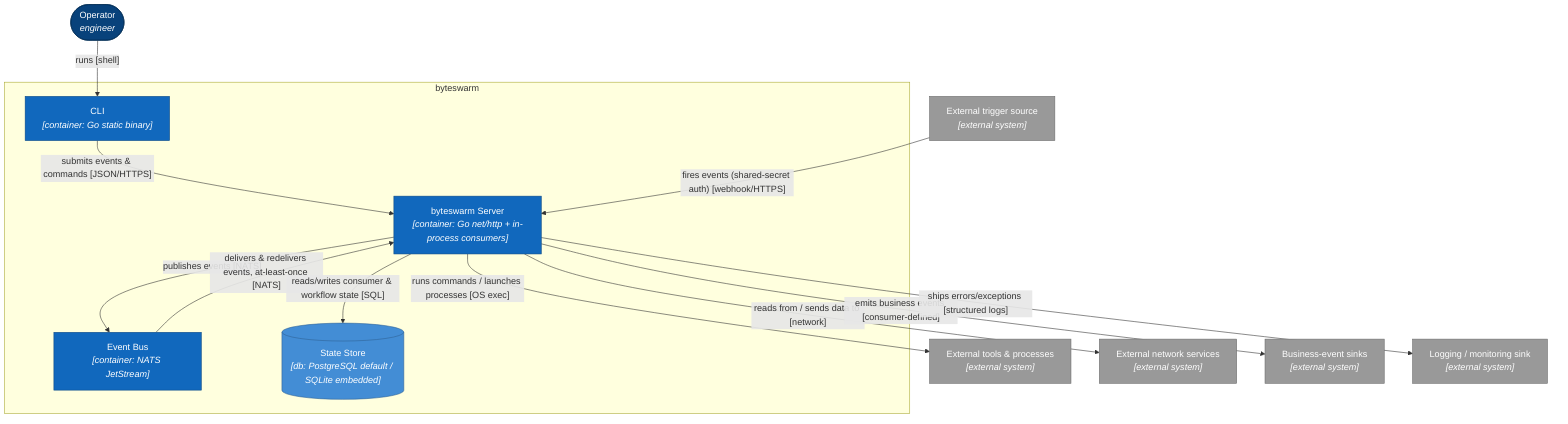
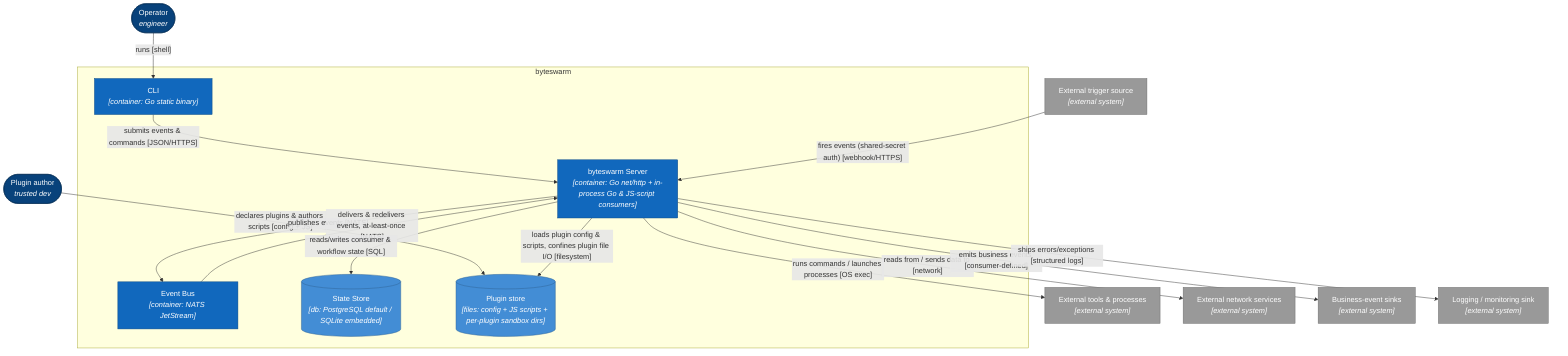
%% C4 L2 — Container diagram for byteswarm
%% Source of truth: docs/adr/ — regenerate via /c4-designer, do not hand-edit
%% Generated: 2026-07-10
flowchart TB
    operator(["Operator<br/><i>engineer</i>"])
+     pauthor(["Plugin author<br/><i>trusted dev</i>"])
    trigger["External trigger source<br/><i>[external system]</i>"]

    subgraph sys [byteswarm]
        cli["CLI<br/><i>[container: Go static binary]</i>"]
-         srv["byteswarm Server<br/><i>[container: Go net/http + in-process consumers]</i>"]
+         srv["byteswarm Server<br/><i>[container: Go net/http + in-process Go & JS-script consumers]</i>"]
        bus["Event Bus<br/><i>[container: NATS JetStream]</i>"]
        db[("State Store<br/><i>[db: PostgreSQL default / SQLite embedded]</i>")]
+         plugins[("Plugin store<br/><i>[files: config + JS scripts + per-plugin sandbox dirs]</i>")]
    end

    tools["External tools & processes<br/><i>[external system]</i>"]
    netsvc["External network services<br/><i>[external system]</i>"]
    sinks["Business-event sinks<br/><i>[external system]</i>"]
    logsink["Logging / monitoring sink<br/><i>[external system]</i>"]

    operator -->|"runs [shell]"| cli
+     pauthor -->|"declares plugins & authors scripts [config + JS]"| plugins
    cli -->|"submits events & commands [JSON/HTTPS]"| srv
    trigger -->|"fires events (shared-secret auth) [webhook/HTTPS]"| srv
+     srv -->|"loads plugin config & scripts, confines plugin file I/O [filesystem]"| plugins
    srv -->|"publishes events [NATS]"| bus
    bus -->|"delivers & redelivers events, at-least-once [NATS]"| srv
    srv -->|"reads/writes consumer & workflow state [SQL]"| db
    srv -->|"runs commands / launches processes [OS exec]"| tools
    srv -->|"reads from / sends data to [network]"| netsvc
    srv -->|"emits business events [consumer-defined]"| sinks
    srv -->|"ships errors/exceptions [structured logs]"| logsink

    classDef person    fill:#08427b,stroke:#052e56,color:#ffffff
    classDef internal  fill:#1168bd,stroke:#0b4884,color:#ffffff
    classDef external  fill:#999999,stroke:#6b6b6b,color:#ffffff
    classDef datastore fill:#438dd5,stroke:#2e6295,color:#ffffff
    classDef component fill:#85bbf0,stroke:#5d82a8,color:#000000
-     class operator person
+     class operator,pauthor person
    class cli,srv,bus internal
-     class db datastore
+     class db,plugins datastore
    class trigger,tools,netsvc,sinks,logsink external
